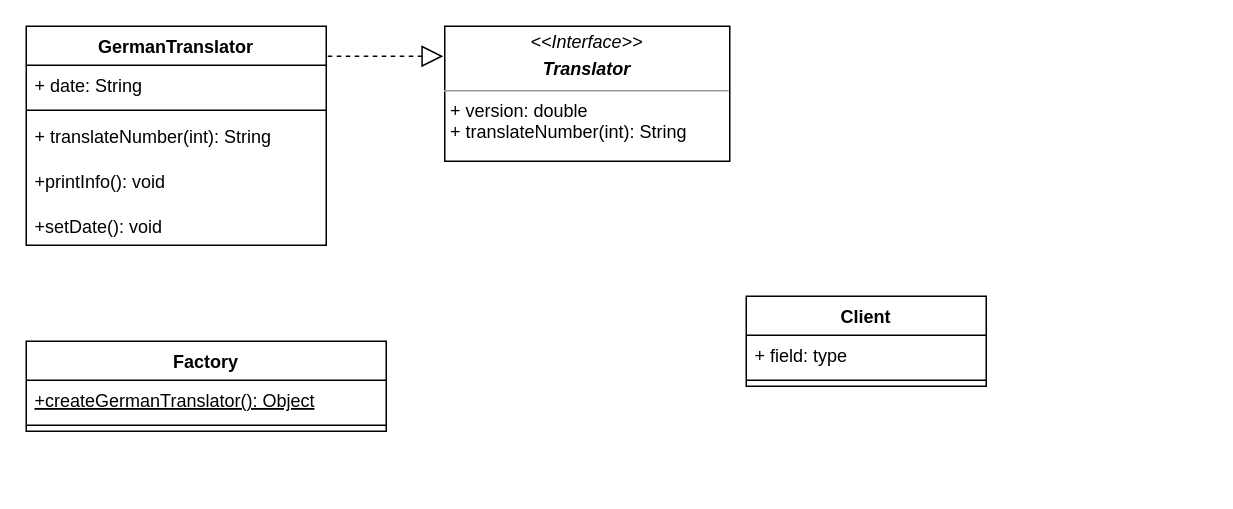
dabels2s/studentOFHBRS keeps this draw.io diagram as SE-1Übung1.drawio. Above is the earlier version. Source tidied: cells renumbered, new cells numbered last; positions are measured from the earlier drawing's top-left corner, leaving out a move shared by most shapes. Both pictures are drawn from the tidied source at 150%, with x=0, y=0 at pixel (26, 26).
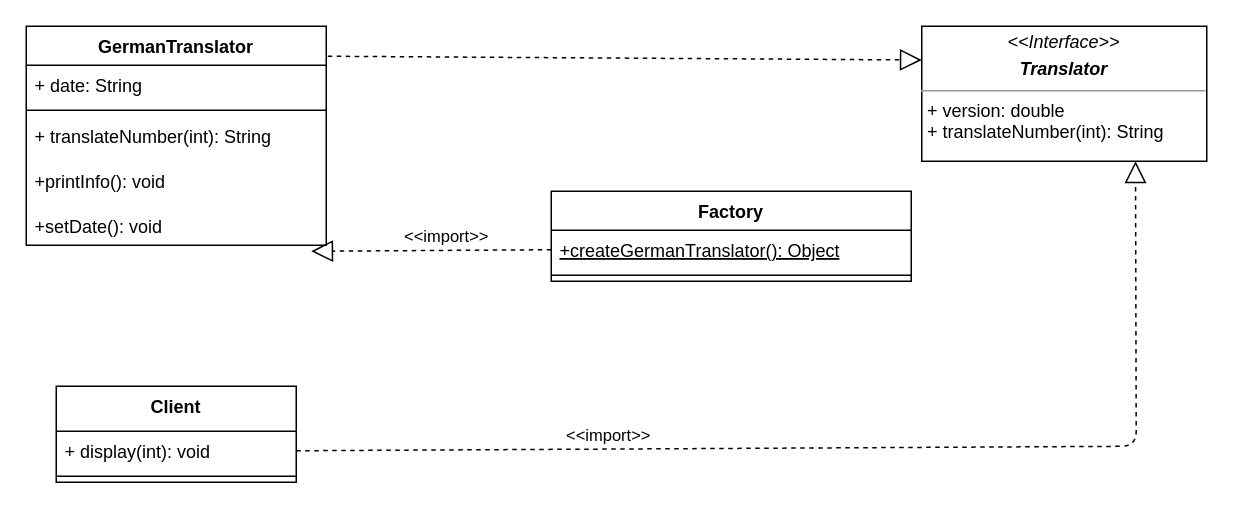
The same page after the edit.

Unchanged cells that the change refers to:
```xml
<mxCell id="3" value="GermanTranslator" style="swimlane;fontStyle=1;align=center;verticalAlign=top;horizontal=1;startSize=26;" parent="1" vertex="1">
  <mxGeometry width="200" height="146" as="geometry" />
</mxCell>
<mxCell id="8" value="+setDate(): void" style="text;strokeColor=none;fillColor=none;align=left;verticalAlign=top;spacingLeft=4;spacingRight=4;overflow=hidden;points=[[0,0.5],[1,0.5]];portConstraint=eastwest;" parent="3" vertex="1">
  <mxGeometry y="120" width="200" height="26" as="geometry" />
</mxCell>
<mxCell id="13" value="+createGermanTranslator(): Object" style="text;strokeColor=none;fillColor=none;align=left;verticalAlign=top;spacingLeft=4;spacingRight=4;overflow=hidden;points=[[0,0.5],[1,0.5]];portConstraint=eastwest;fontStyle=4;" parent="12" vertex="1">
  <mxGeometry y="26" width="240" height="26" as="geometry" />
</mxCell>
```

Change to the diagram source:
```diff
@@
     <mxCell id="2" value="&lt;p style=&quot;margin: 0px ; margin-top: 4px ; text-align: center&quot;&gt;&lt;i&gt;&amp;lt;&amp;lt;Interface&amp;gt;&amp;gt;&lt;/i&gt;&lt;/p&gt;&lt;p style=&quot;margin: 0px ; margin-top: 4px ; text-align: center&quot;&gt;&lt;i&gt;&lt;b&gt;Translator&lt;/b&gt;&lt;/i&gt;&lt;/p&gt;&lt;hr size=&quot;1&quot;&gt;&lt;p style=&quot;margin: 0px ; margin-left: 4px&quot;&gt;+ version: double&lt;br&gt;&lt;/p&gt;&lt;p style=&quot;margin: 0px ; margin-left: 4px&quot;&gt;+ translateNumber(int): String&lt;/p&gt;" style="verticalAlign=top;align=left;overflow=fill;fontSize=12;fontFamily=Helvetica;html=1;" parent="1" vertex="1">
-      <mxGeometry x="279" width="190" height="90" as="geometry" />
+      <mxGeometry x="597" width="190" height="90" as="geometry" />
     </mxCell>
@@
-    <mxCell id="9" value="Client" style="swimlane;fontStyle=1;align=center;verticalAlign=top;horizontal=1;startSize=26;" parent="1" vertex="1">
-      <mxGeometry x="480" y="180" width="160" height="60" as="geometry" />
+    <mxCell id="9" value="Client" style="swimlane;fontStyle=1;align=center;verticalAlign=top;horizontal=1;startSize=30;" parent="1" vertex="1">
+      <mxGeometry x="20" y="240" width="160" height="64" as="geometry" />
     </mxCell>
-    <mxCell id="10" value="+ field: type" style="text;strokeColor=none;fillColor=none;align=left;verticalAlign=top;spacingLeft=4;spacingRight=4;overflow=hidden;points=[[0,0.5],[1,0.5]];portConstraint=eastwest;" parent="9" vertex="1">
-      <mxGeometry y="26" width="160" height="26" as="geometry" />
+    <mxCell id="10" value="+ display(int): void" style="text;strokeColor=none;fillColor=none;align=left;verticalAlign=top;spacingLeft=4;spacingRight=4;overflow=hidden;points=[[0,0.5],[1,0.5]];portConstraint=eastwest;" parent="9" vertex="1">
+      <mxGeometry y="30" width="160" height="26" as="geometry" />
     </mxCell>
     <mxCell id="11" style="line;strokeWidth=1;fillColor=none;align=left;verticalAlign=middle;spacingTop=-1;spacingLeft=3;spacingRight=3;labelPosition=right;" parent="9" vertex="1">
-      <mxGeometry y="52" width="160" height="8" as="geometry" />
+      <mxGeometry y="56" width="160" height="8" as="geometry" />
     </mxCell>
     <mxCell id="12" value="Factory" style="swimlane;fontStyle=1;align=center;verticalAlign=top;horizontal=1;startSize=26;" parent="1" vertex="1">
-      <mxGeometry y="210" width="240" height="60" as="geometry" />
+      <mxGeometry x="350" y="110" width="240" height="60" as="geometry" />
     </mxCell>
@@
-    <mxCell id="16" style="endArrow=block;dashed=1;endFill=0;endSize=12;html=1;exitX=1.005;exitY=0.137;exitDx=0;exitDy=0;exitPerimeter=0;" parent="1" edge="1" source="3">
-      <mxGeometry relative="1" as="geometry">
-        <mxPoint x="278" y="20" as="targetPoint" />
-      </mxGeometry>
+    <mxCell id="16" style="endArrow=block;dashed=1;endFill=0;endSize=12;html=1;exitX=1.005;exitY=0.137;exitDx=0;exitDy=0;exitPerimeter=0;entryX=0;entryY=0.25;entryDx=0;entryDy=0;" parent="1" edge="1" source="3" target="2">
+      <mxGeometry relative="1" as="geometry" />
     </mxCell>
+    <mxCell id="17" style="endArrow=block;dashed=1;endFill=0;endSize=12;html=1;exitX=0;exitY=0.5;exitDx=0;exitDy=0;entryX=0.95;entryY=1.154;entryDx=0;entryDy=0;entryPerimeter=0;" parent="1" edge="1" source="13" target="8">
+      <mxGeometry relative="1" as="geometry" />
+    </mxCell>
+    <mxCell id="18" value="&amp;lt;&amp;lt;import&amp;gt;&amp;gt;" style="edgeLabel;html=1;align=center;verticalAlign=middle;" parent="17" vertex="1">
+      <mxGeometry x="-0.26" relative="1" as="geometry">
+        <mxPoint x="-12" y="-9.4" as="offset" />
+      </mxGeometry>
+    </mxCell>
+    <mxCell id="19" style="endArrow=block;dashed=1;endFill=0;endSize=12;html=1;exitX=1;exitY=0.5;exitDx=0;exitDy=0;entryX=0.75;entryY=1;entryDx=0;entryDy=0;" parent="1" edge="1" source="10" target="2">
+      <mxGeometry relative="1" as="geometry">
+        <Array as="points">
+          <mxPoint x="740" y="280" />
+        </Array>
+      </mxGeometry>
+    </mxCell>
+    <mxCell id="20" value="&amp;lt;&amp;lt;import&amp;gt;&amp;gt;" style="edgeLabel;html=1;align=center;verticalAlign=middle;" parent="19" vertex="1">
+      <mxGeometry x="-0.57" y="-2" relative="1" as="geometry">
+        <mxPoint x="46" y="-12" as="offset" />
+      </mxGeometry>
+    </mxCell>
```
